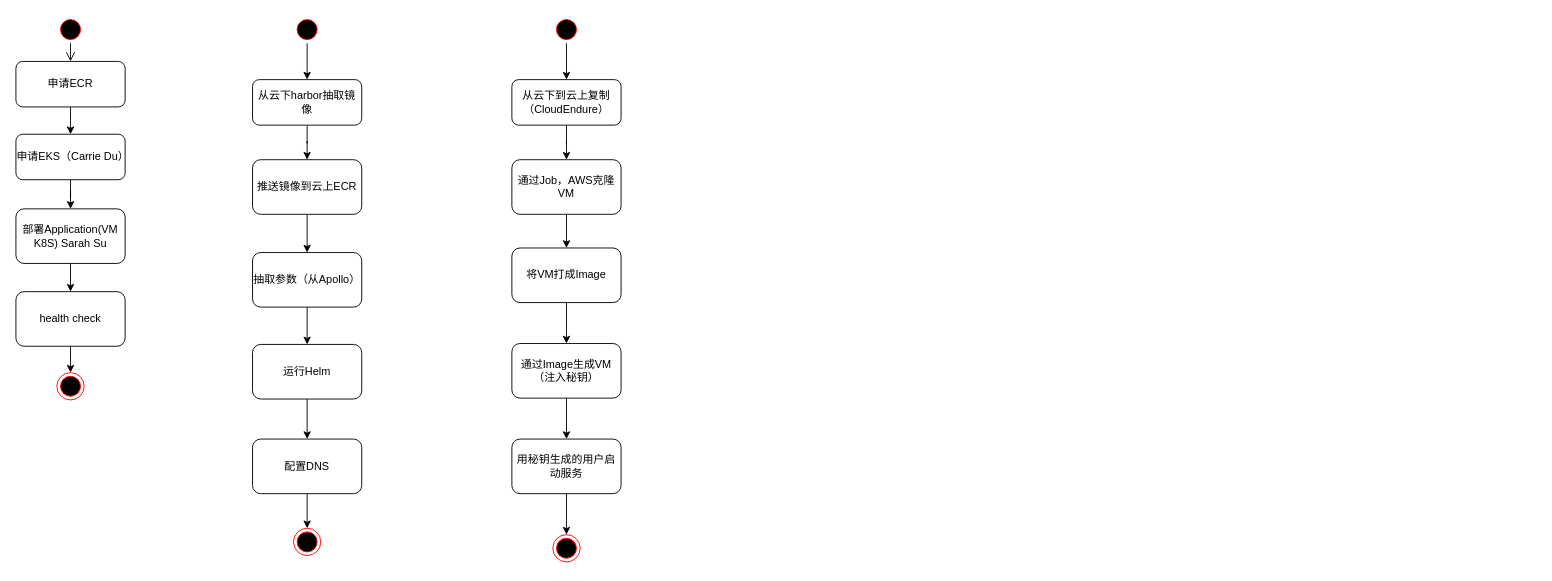
Before: flow.drawio in dosjia/chart, a draw.io diagram. Source tidied: cells renumbered, new cells numbered last; positions are measured from the earlier drawing's top-left corner, leaving out a move shared by most shapes. Both pictures are drawn from the tidied source at 91%, with x=0, y=0 at pixel (15, 15).
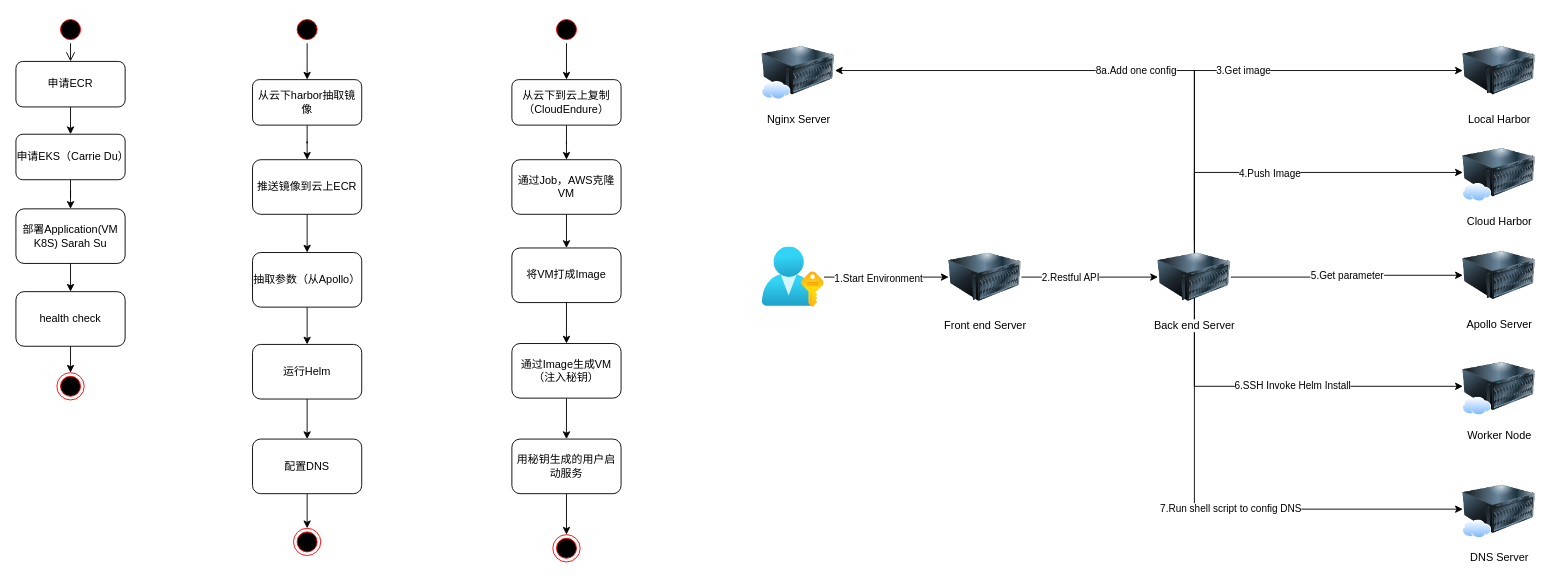
After the change.

Diff of the diagram source:
```diff
@@
+    <mxCell id="39" style="edgeStyle=orthogonalEdgeStyle;rounded=0;jettySize=auto;html=1;exitX=1;exitY=0.5;exitDx=0;exitDy=0;entryX=0;entryY=0.5;entryDx=0;entryDy=0;" parent="1" edge="1" source="41" target="49">
+      <mxGeometry relative="1" as="geometry" />
+    </mxCell>
+    <mxCell id="40" value="2.Restful API" style="edgeLabel;html=1;align=center;verticalAlign=middle;" parent="39" vertex="1">
+      <mxGeometry x="-0.29" relative="1" as="geometry" />
+    </mxCell>
+    <mxCell id="41" value="Front end Server" style="image;html=1;image=img/lib/clip_art/computers/Server_128x128.png;" parent="1" vertex="1">
+      <mxGeometry x="1025" y="247" width="80" height="80" as="geometry" />
+    </mxCell>
+    <mxCell id="42" value="3.Get image" style="edgeStyle=orthogonalEdgeStyle;rounded=0;jettySize=auto;html=1;exitX=0.5;exitY=0;exitDx=0;exitDy=0;entryX=0;entryY=0.5;entryDx=0;entryDy=0;" parent="1" edge="1" source="49" target="53">
+      <mxGeometry relative="1" as="geometry" />
+    </mxCell>
+    <mxCell id="43" style="edgeStyle=orthogonalEdgeStyle;rounded=0;jettySize=auto;html=1;exitX=0.5;exitY=1;exitDx=0;exitDy=0;entryX=0;entryY=0.5;entryDx=0;entryDy=0;" parent="1" edge="1" source="49" target="56">
+      <mxGeometry relative="1" as="geometry">
+        <Array as="points">
+          <mxPoint x="1295" y="172" />
+        </Array>
+      </mxGeometry>
+    </mxCell>
+    <mxCell id="44" value="4.Push Image" style="edgeLabel;html=1;align=center;verticalAlign=middle;" parent="43" vertex="1">
+      <mxGeometry x="0.05" y="1" relative="1" as="geometry">
+        <mxPoint x="1" y="1" as="offset" />
+      </mxGeometry>
+    </mxCell>
+    <mxCell id="45" value="5.Get parameter" style="edgeStyle=orthogonalEdgeStyle;rounded=0;jettySize=auto;html=1;" parent="1" edge="1" source="49" target="54">
+      <mxGeometry relative="1" as="geometry" />
+    </mxCell>
+    <mxCell id="46" value="6.SSH Invoke Helm Install" style="edgeStyle=orthogonalEdgeStyle;rounded=0;jettySize=auto;html=1;exitX=0.5;exitY=1;exitDx=0;exitDy=0;entryX=0;entryY=0.5;entryDx=0;entryDy=0;" parent="1" edge="1" source="49" target="59">
+      <mxGeometry relative="1" as="geometry">
+        <Array as="points">
+          <mxPoint x="1295" y="407" />
+        </Array>
+      </mxGeometry>
+    </mxCell>
+    <mxCell id="47" value="7.Run shell script to config DNS" style="edgeStyle=orthogonalEdgeStyle;rounded=0;jettySize=auto;html=1;exitX=0.5;exitY=1;exitDx=0;exitDy=0;entryX=0;entryY=0.5;entryDx=0;entryDy=0;" parent="1" edge="1" source="49" target="62">
+      <mxGeometry relative="1" as="geometry" />
+    </mxCell>
+    <mxCell id="48" value="8a.Add one config" style="edgeStyle=orthogonalEdgeStyle;rounded=0;jettySize=auto;html=1;exitX=0.5;exitY=1;exitDx=0;exitDy=0;entryX=1;entryY=0.5;entryDx=0;entryDy=0;" parent="1" edge="1" source="49" target="65">
+      <mxGeometry relative="1" as="geometry">
+        <Array as="points">
+          <mxPoint x="1295" y="60" />
+        </Array>
+      </mxGeometry>
+    </mxCell>
+    <mxCell id="49" value="Back end Server" style="image;html=1;image=img/lib/clip_art/computers/Server_128x128.png;" parent="1" vertex="1">
+      <mxGeometry x="1255" y="247" width="80" height="80" as="geometry" />
+    </mxCell>
+    <mxCell id="50" style="edgeStyle=orthogonalEdgeStyle;rounded=0;jettySize=auto;html=1;entryX=0;entryY=0.5;entryDx=0;entryDy=0;" parent="1" edge="1" source="52" target="41">
+      <mxGeometry relative="1" as="geometry" />
+    </mxCell>
+    <mxCell id="51" value="1.Start Environment" style="edgeLabel;html=1;align=center;verticalAlign=middle;" parent="50" vertex="1">
+      <mxGeometry x="-0.14" y="-1" relative="1" as="geometry" />
+    </mxCell>
+    <mxCell id="52" style="html=1;points=[];align=center;image;fontSize=12;image=img/lib/azure2/azure_stack/User_Subscriptions.svg;" parent="1" vertex="1">
+      <mxGeometry x="820" y="254" width="68" height="66" as="geometry" />
+    </mxCell>
+    <mxCell id="53" value="Local Harbor" style="image;html=1;image=img/lib/clip_art/computers/Server_128x128.png;" parent="1" vertex="1">
+      <mxGeometry x="1590" y="20" width="80" height="80" as="geometry" />
+    </mxCell>
+    <mxCell id="54" value="Apollo Server" style="image;html=1;image=img/lib/clip_art/computers/Server_128x128.png;" parent="1" vertex="1">
+      <mxGeometry x="1590" y="245" width="80" height="80" as="geometry" />
+    </mxCell>
+    <mxCell id="55" style="group;" parent="1" vertex="1">
+      <mxGeometry x="1590" y="132" width="80" height="80" as="geometry" />
+    </mxCell>
+    <mxCell id="56" value="Cloud Harbor" style="image;html=1;image=img/lib/clip_art/computers/Server_128x128.png;" parent="55" vertex="1">
+      <mxGeometry width="80" height="80" as="geometry" />
+    </mxCell>
+    <mxCell id="57" style="perimeter=ellipsePerimeter;html=1;align=center;shadow=0;dashed=0;spacingTop=3;image;image=img/lib/active_directory/internet_cloud.svg;" parent="55" vertex="1">
+      <mxGeometry y="52" width="31.8" height="20" as="geometry" />
+    </mxCell>
+    <mxCell id="58" style="group;" parent="1" vertex="1">
+      <mxGeometry x="1590" y="367" width="80" height="80" as="geometry" />
+    </mxCell>
+    <mxCell id="59" value="Worker Node" style="image;html=1;image=img/lib/clip_art/computers/Server_128x128.png;" parent="58" vertex="1">
+      <mxGeometry width="80" height="80" as="geometry" />
+    </mxCell>
+    <mxCell id="60" style="perimeter=ellipsePerimeter;html=1;align=center;shadow=0;dashed=0;spacingTop=3;image;image=img/lib/active_directory/internet_cloud.svg;" parent="58" vertex="1">
+      <mxGeometry y="52" width="31.8" height="20" as="geometry" />
+    </mxCell>
+    <mxCell id="61" style="group;" parent="1" vertex="1">
+      <mxGeometry x="1590" y="502" width="80" height="80" as="geometry" />
+    </mxCell>
+    <mxCell id="62" value="DNS Server" style="image;html=1;image=img/lib/clip_art/computers/Server_128x128.png;" parent="61" vertex="1">
+      <mxGeometry width="80" height="80" as="geometry" />
+    </mxCell>
+    <mxCell id="63" style="perimeter=ellipsePerimeter;html=1;align=center;shadow=0;dashed=0;spacingTop=3;image;image=img/lib/active_directory/internet_cloud.svg;" parent="61" vertex="1">
+      <mxGeometry y="52" width="31.8" height="20" as="geometry" />
+    </mxCell>
+    <mxCell id="64" style="group;" parent="1" vertex="1">
+      <mxGeometry x="820" y="20" width="80" height="80" as="geometry" />
+    </mxCell>
+    <mxCell id="65" value="Nginx Server" style="image;html=1;image=img/lib/clip_art/computers/Server_128x128.png;" parent="64" vertex="1">
+      <mxGeometry width="80" height="80" as="geometry" />
+    </mxCell>
+    <mxCell id="66" style="perimeter=ellipsePerimeter;html=1;align=center;shadow=0;dashed=0;spacingTop=3;image;image=img/lib/active_directory/internet_cloud.svg;" parent="64" vertex="1">
+      <mxGeometry y="52" width="31.8" height="20" as="geometry" />
+    </mxCell>
```
